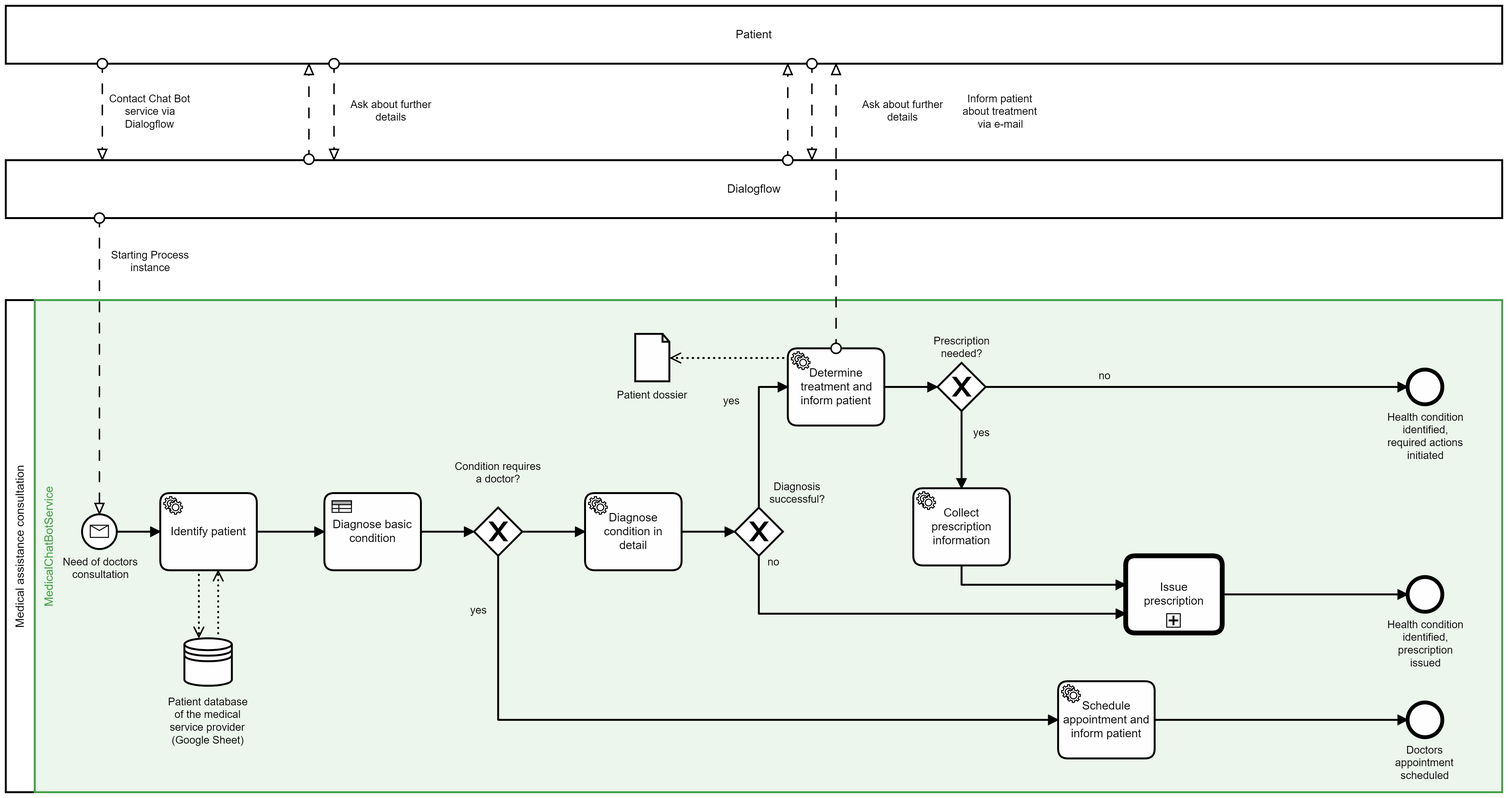
The BPMN diagram images/wiki/TO-BE_Process_first_contact.png in DigiBP/DigiBP_Burrata, before a commit. Its source is kept beside it as TO-BE Process/TO-BE_Process_first_contact.bpmn. Ids are renumbered.
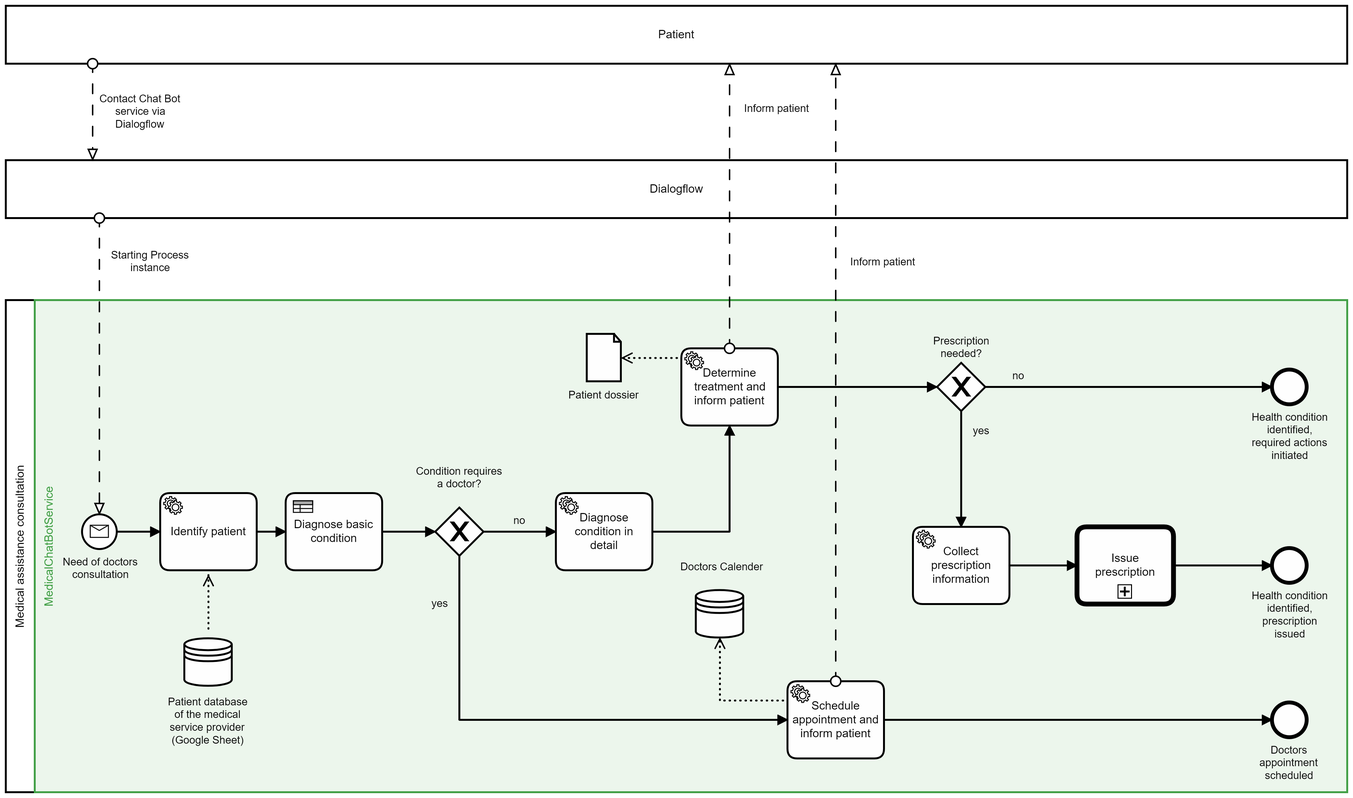
The same diagram one commit later.

Commit message:
diagram formatted + pictures updated

Change to the diagram source:
```diff
@@ -5,13 +5,13 @@
     <bpmn:participant id="Participant_n6" name="Dialogflow" />
     <bpmn:messageFlow id="MessageFlow_n7" name="Starting Process instance" sourceRef="Participant_n6" targetRef="StartEvent_n8" />
     <bpmn:messageFlow id="MessageFlow_n9" name="Contact Chat Bot service via Dialogflow" sourceRef="Participant_n5" targetRef="Participant_n6" />
-    <bpmn:messageFlow id="MessageFlow_n10" name="Inform patient" sourceRef="EndEvent_n11" targetRef="Participant_n5" />
+    <bpmn:messageFlow id="MessageFlow_n10" name="Inform patient" sourceRef="Task_n14" targetRef="Participant_n5" />
+    <bpmn:messageFlow id="MessageFlow_n48" name="Inform patient" sourceRef="ServiceTask_n24" targetRef="Participant_n5" />
   </bpmn:collaboration>
   <bpmn:process id="Process_n4" name="Medical assistance consultation" isExecutable="true">
     <bpmn:laneSet id="LaneSet_n12">
       <bpmn:lane id="Lane_n13" name="MedicalChatBotService">
         <bpmn:flowNodeRef>StartEvent_n8</bpmn:flowNodeRef>
-        <bpmn:flowNodeRef>Task_n14</bpmn:flowNodeRef>
         <bpmn:flowNodeRef>ExclusiveGateway_n15</bpmn:flowNodeRef>
         <bpmn:flowNodeRef>Task_n16</bpmn:flowNodeRef>
         <bpmn:flowNodeRef>Task_n17</bpmn:flowNodeRef>
@@ -19,10 +19,11 @@
         <bpmn:flowNodeRef>Task_n19</bpmn:flowNodeRef>
         <bpmn:flowNodeRef>ExclusiveGateway_n20</bpmn:flowNodeRef>
         <bpmn:flowNodeRef>EndEvent_n11</bpmn:flowNodeRef>
-        <bpmn:flowNodeRef>Task_n21</bpmn:flowNodeRef>
         <bpmn:flowNodeRef>EndEvent_n22</bpmn:flowNodeRef>
         <bpmn:flowNodeRef>EndEvent_n23</bpmn:flowNodeRef>
         <bpmn:flowNodeRef>ServiceTask_n24</bpmn:flowNodeRef>
+        <bpmn:flowNodeRef>Task_n14</bpmn:flowNodeRef>
+        <bpmn:flowNodeRef>Task_n21</bpmn:flowNodeRef>
       </bpmn:lane>
     </bpmn:laneSet>
     <bpmn:startEvent id="StartEvent_n8" name="Need of doctors consultation">
@@ -69,40 +70,6 @@
     </bpmn:sequenceFlow>
     <bpmn:sequenceFlow id="SequenceFlow_n35" sourceRef="Task_n18" targetRef="Task_n14" />
     <bpmn:dataStoreReference id="DataStoreReference_n36" name="Patient database of the medical service provider&#10;(Google Sheet)" />
-    <bpmn:dataObjectReference id="DataObjectReference_n37" name="Patient dossier" dataObjectRef="DataObject_n38" />
-    <bpmn:dataObject id="DataObject_n38" />
-    <bpmn:serviceTask id="Task_n14" name="Determine treatment and inform patient">
-      <bpmn:extensionElements>
-        <camunda:connector>
-          <camunda:inputOutput>
-            <camunda:inputParameter name="method">POST</camunda:inputParameter>
-            <camunda:inputParameter name="url">https://hook.integromat.com/aea6sm37i5kk43qbxl2xlwamfvydwcj8</camunda:inputParameter>
-            <camunda:inputParameter name="headers">
-              <camunda:map>
-                <camunda:entry key="Content-Type">application/json</camunda:entry>
-              </camunda:map>
-            </camunda:inputParameter>
-            <camunda:inputParameter name="payload">
-              <camunda:script scriptFormat="JavaScript">out = JSON.stringify({
-"MedicalSolution":medicalSolution,
-"InsuranceNumber":insuranceNumber,
-"Diagnosis":diagnosis
-})</camunda:script>
-            </camunda:inputParameter>
-            <camunda:outputParameter name="prescriptionNeeded">
-              <camunda:script scriptFormat="JavaScript">object=JSON.parse(response);
-prescriptionNeeded=object.PrescriptionNeeded;</camunda:script>
-            </camunda:outputParameter>
-          </camunda:inputOutput>
-          <camunda:connectorId>http-connector</camunda:connectorId>
-        </camunda:connector>
-      </bpmn:extensionElements>
-      <bpmn:incoming>SequenceFlow_n35</bpmn:incoming>
-      <bpmn:outgoing>SequenceFlow_n30</bpmn:outgoing>
-      <bpmn:dataOutputAssociation id="DataOutputAssociation_n39">
-        <bpmn:targetRef>DataObjectReference_n37</bpmn:targetRef>
-      </bpmn:dataOutputAssociation>
-    </bpmn:serviceTask>
     <bpmn:exclusiveGateway id="ExclusiveGateway_n15" name="Prescription needed?">
       <bpmn:incoming>SequenceFlow_n30</bpmn:incoming>
       <bpmn:outgoing>SequenceFlow_n31</bpmn:outgoing>
@@ -212,13 +179,6 @@
     <bpmn:endEvent id="EndEvent_n11" name="Health condition identified, required actions initiated">
       <bpmn:incoming>SequenceFlow_n31</bpmn:incoming>
     </bpmn:endEvent>
-    <bpmn:callActivity id="Task_n21" name="Issue prescription" calledElement="Process_19p6wbr">
-      <bpmn:extensionElements>
-        <camunda:in variables="all" />
-      </bpmn:extensionElements>
-      <bpmn:incoming>SequenceFlow_n28</bpmn:incoming>
-      <bpmn:outgoing>SequenceFlow_n33</bpmn:outgoing>
-    </bpmn:callActivity>
     <bpmn:endEvent id="EndEvent_n22" name="Health condition identified, prescription issued">
       <bpmn:incoming>SequenceFlow_n33</bpmn:incoming>
     </bpmn:endEvent>
@@ -253,19 +213,60 @@
         <bpmn:targetRef>DataStoreReference_n47</bpmn:targetRef>
       </bpmn:dataOutputAssociation>
     </bpmn:serviceTask>
+    <bpmn:dataObjectReference id="DataObjectReference_n37" name="Patient dossier" dataObjectRef="DataObject_n38" />
+    <bpmn:dataObject id="DataObject_n38" />
+    <bpmn:serviceTask id="Task_n14" name="Determine treatment and inform patient">
+      <bpmn:extensionElements>
+        <camunda:connector>
+          <camunda:inputOutput>
+            <camunda:inputParameter name="method">POST</camunda:inputParameter>
+            <camunda:inputParameter name="url">https://hook.integromat.com/aea6sm37i5kk43qbxl2xlwamfvydwcj8</camunda:inputParameter>
+            <camunda:inputParameter name="headers">
+              <camunda:map>
+                <camunda:entry key="Content-Type">application/json</camunda:entry>
+              </camunda:map>
+            </camunda:inputParameter>
+            <camunda:inputParameter name="payload">
+              <camunda:script scriptFormat="JavaScript">out = JSON.stringify({
+"MedicalSolution":medicalSolution,
+"InsuranceNumber":insuranceNumber,
+"Diagnosis":diagnosis
+})</camunda:script>
+            </camunda:inputParameter>
+            <camunda:outputParameter name="prescriptionNeeded">
+              <camunda:script scriptFormat="JavaScript">object=JSON.parse(response);
+prescriptionNeeded=object.PrescriptionNeeded;</camunda:script>
+            </camunda:outputParameter>
+          </camunda:inputOutput>
+          <camunda:connectorId>http-connector</camunda:connectorId>
+        </camunda:connector>
+      </bpmn:extensionElements>
+      <bpmn:incoming>SequenceFlow_n35</bpmn:incoming>
+      <bpmn:outgoing>SequenceFlow_n30</bpmn:outgoing>
+      <bpmn:dataOutputAssociation id="DataOutputAssociation_n39">
+        <bpmn:targetRef>DataObjectReference_n37</bpmn:targetRef>
+      </bpmn:dataOutputAssociation>
+    </bpmn:serviceTask>
     <bpmn:dataStoreReference id="DataStoreReference_n47" name="Doctors Calender" />
+    <bpmn:callActivity id="Task_n21" name="Issue prescription" calledElement="Process_19p6wbr">
+      <bpmn:extensionElements>
+        <camunda:in variables="all" />
+      </bpmn:extensionElements>
+      <bpmn:incoming>SequenceFlow_n28</bpmn:incoming>
+      <bpmn:outgoing>SequenceFlow_n33</bpmn:outgoing>
+    </bpmn:callActivity>
   </bpmn:process>
   <bpmn:message id="Message_n27" name="firstContact" />
   <bpmndi:BPMNDiagram id="BPMNDiagram_1">
     <bpmndi:BPMNPlane id="BPMNPlane_1" bpmnElement="Collaboration_n2">
       <bpmndi:BPMNShape id="Participant_n3_di" bpmnElement="Participant_n3" isHorizontal="true">
-        <dc:Bounds x="160" y="385" width="1550" height="510" />
+        <dc:Bounds x="160" y="385" width="1390" height="510" />
       </bpmndi:BPMNShape>
       <bpmndi:BPMNShape id="Participant_n5_di" bpmnElement="Participant_n5" isHorizontal="true">
-        <dc:Bounds x="160" y="80" width="1550" height="60" />
+        <dc:Bounds x="160" y="80" width="1390" height="60" />
       </bpmndi:BPMNShape>
       <bpmndi:BPMNShape id="Lane_n13_di" bpmnElement="Lane_n13" isHorizontal="true" bioc:stroke="rgb(67, 160, 71)" bioc:fill="rgb(200, 230, 201)">
-        <dc:Bounds x="190" y="385" width="1520" height="510" />
+        <dc:Bounds x="190" y="385" width="1360" height="510" />
       </bpmndi:BPMNShape>
       <bpmndi:BPMNShape id="DataStoreReference_n36_di" bpmnElement="DataStoreReference_n36">
         <dc:Bounds x="345" y="735" width="50" height="50" />
@@ -276,7 +277,7 @@
       <bpmndi:BPMNShape id="ExclusiveGateway_n20_di" bpmnElement="ExclusiveGateway_n20" isMarkerVisible="true">
         <dc:Bounds x="605" y="600" width="50" height="50" />
         <bpmndi:BPMNLabel>
-          <dc:Bounds x="565" y="566" width="90" height="27" />
+          <dc:Bounds x="585" y="556" width="90" height="27" />
         </bpmndi:BPMNLabel>
       </bpmndi:BPMNShape>
       <bpmndi:BPMNShape id="ExclusiveGateway_n15_di" bpmnElement="ExclusiveGateway_n15" isMarkerVisible="true">
@@ -298,7 +299,7 @@
         </bpmndi:BPMNLabel>
       </bpmndi:BPMNShape>
       <bpmndi:BPMNEdge id="SequenceFlow_n33_di" bpmnElement="SequenceFlow_n33">
-        <di:waypoint x="1350" y="660" />
+        <di:waypoint x="1370" y="660" />
         <di:waypoint x="1472" y="660" />
       </bpmndi:BPMNEdge>
       <bpmndi:BPMNEdge id="SequenceFlow_n34_di" bpmnElement="SequenceFlow_n34">
@@ -316,9 +317,9 @@
         </bpmndi:BPMNLabel>
       </bpmndi:BPMNShape>
       <bpmndi:BPMNShape id="DataObjectReference_n37_di" bpmnElement="DataObjectReference_n37">
-        <dc:Bounds x="812" y="420" width="36" height="50" />
+        <dc:Bounds x="762" y="420" width="36" height="50" />
         <bpmndi:BPMNLabel>
-          <dc:Bounds x="793" y="477" width="75" height="14" />
+          <dc:Bounds x="743" y="477" width="75" height="14" />
         </bpmndi:BPMNLabel>
       </bpmndi:BPMNShape>
       <bpmndi:BPMNEdge id="SequenceFlow_n32_di" bpmnElement="SequenceFlow_n32">
@@ -330,7 +331,7 @@
         <di:waypoint x="370" y="670" />
       </bpmndi:BPMNEdge>
       <bpmndi:BPMNShape id="CallActivity_0c72ks9_di" bpmnElement="Task_n21">
-        <dc:Bounds x="1250" y="620" width="100" height="80" />
+        <dc:Bounds x="1270" y="620" width="100" height="80" />
       </bpmndi:BPMNShape>
       <bpmndi:BPMNShape id="BusinessRuleTask_106rgch_di" bpmnElement="Task_n19">
         <dc:Bounds x="450" y="585" width="100" height="80" />
@@ -339,12 +340,12 @@
         <di:waypoint x="1175" y="475" />
         <di:waypoint x="1472" y="475" />
         <bpmndi:BPMNLabel>
-          <dc:Bounds x="1252" y="457" width="13" height="14" />
+          <dc:Bounds x="1203" y="457" width="13" height="14" />
         </bpmndi:BPMNLabel>
       </bpmndi:BPMNEdge>
       <bpmndi:BPMNEdge id="DataOutputAssociation_n39_di" bpmnElement="DataOutputAssociation_n39">
-        <di:waypoint x="970" y="445" />
-        <di:waypoint x="848" y="445" />
+        <di:waypoint x="860" y="445" />
+        <di:waypoint x="798" y="445" />
       </bpmndi:BPMNEdge>
       <bpmndi:BPMNShape id="ServiceTask_0g093er_di" bpmnElement="Task_n16">
         <dc:Bounds x="320" y="585" width="100" height="80" />
@@ -354,16 +355,15 @@
       </bpmndi:BPMNShape>
       <bpmndi:BPMNEdge id="SequenceFlow_n35_di" bpmnElement="SequenceFlow_n35">
         <di:waypoint x="830" y="625" />
-        <di:waypoint x="900" y="625" />
-        <di:waypoint x="900" y="475" />
-        <di:waypoint x="970" y="475" />
+        <di:waypoint x="910" y="625" />
+        <di:waypoint x="910" y="515" />
       </bpmndi:BPMNEdge>
       <bpmndi:BPMNEdge id="SequenceFlow_n30_di" bpmnElement="SequenceFlow_n30">
-        <di:waypoint x="1070" y="475" />
+        <di:waypoint x="960" y="475" />
         <di:waypoint x="1125" y="475" />
       </bpmndi:BPMNEdge>
       <bpmndi:BPMNShape id="ServiceTask_0jeqy4l_di" bpmnElement="Task_n14">
-        <dc:Bounds x="970" y="435" width="100" height="80" />
+        <dc:Bounds x="860" y="435" width="100" height="80" />
       </bpmndi:BPMNShape>
       <bpmndi:BPMNShape id="StartEvent_n8_di" bpmnElement="StartEvent_n8">
         <dc:Bounds x="239" y="607" width="36" height="36" />
@@ -391,19 +391,19 @@
       </bpmndi:BPMNEdge>
       <bpmndi:BPMNEdge id="SequenceFlow_n28_di" bpmnElement="SequenceFlow_n28">
         <di:waypoint x="1200" y="660" />
-        <di:waypoint x="1250" y="660" />
+        <di:waypoint x="1270" y="660" />
       </bpmndi:BPMNEdge>
       <bpmndi:BPMNShape id="ServiceTask_1v8xogy_di" bpmnElement="Task_n17">
         <dc:Bounds x="1100" y="620" width="100" height="80" />
       </bpmndi:BPMNShape>
       <bpmndi:BPMNShape id="Participant_0i5lxwd_di" bpmnElement="Participant_n6" isHorizontal="true">
-        <dc:Bounds x="160" y="240" width="1550" height="60" />
+        <dc:Bounds x="160" y="240" width="1380" height="60" />
       </bpmndi:BPMNShape>
       <bpmndi:BPMNEdge id="MessageFlow_n9_di" bpmnElement="MessageFlow_n9">
-        <di:waypoint x="260" y="140" />
-        <di:waypoint x="260" y="240" />
+        <di:waypoint x="250" y="140" />
+        <di:waypoint x="250" y="240" />
         <bpmndi:BPMNLabel>
-          <dc:Bounds x="267" y="170" width="85" height="40" />
+          <dc:Bounds x="257" y="170" width="85" height="40" />
         </bpmndi:BPMNLabel>
       </bpmndi:BPMNEdge>
       <bpmndi:BPMNShape id="ServiceTask_n24_di" bpmnElement="ServiceTask_n24">
@@ -425,20 +425,28 @@
         </bpmndi:BPMNLabel>
       </bpmndi:BPMNEdge>
       <bpmndi:BPMNShape id="DataStoreReference_n47_di" bpmnElement="DataStoreReference_n47">
-        <dc:Bounds x="995" y="685" width="50" height="50" />
+        <dc:Bounds x="875" y="685" width="50" height="50" />
         <bpmndi:BPMNLabel>
-          <dc:Bounds x="979" y="655" width="87" height="14" />
+          <dc:Bounds x="859" y="655" width="87" height="14" />
         </bpmndi:BPMNLabel>
       </bpmndi:BPMNShape>
       <bpmndi:BPMNEdge id="DataOutputAssociation_n46_di" bpmnElement="DataOutputAssociation_n46">
-        <di:waypoint x="1020" y="780" />
-        <di:waypoint x="1020" y="735" />
+        <di:waypoint x="970" y="800" />
+        <di:waypoint x="900" y="800" />
+        <di:waypoint x="900" y="735" />
       </bpmndi:BPMNEdge>
       <bpmndi:BPMNEdge id="MessageFlow_n10_di" bpmnElement="MessageFlow_n10">
-        <di:waypoint x="1490" y="457" />
-        <di:waypoint x="1490" y="140" />
+        <di:waypoint x="910" y="435" />
+        <di:waypoint x="910" y="140" />
         <bpmndi:BPMNLabel>
-          <dc:Bounds x="1505" y="183" width="69" height="14" />
+          <dc:Bounds x="925" y="180" width="69" height="14" />
+        </bpmndi:BPMNLabel>
+      </bpmndi:BPMNEdge>
+      <bpmndi:BPMNEdge id="MessageFlow_n48_di" bpmnElement="MessageFlow_n48">
+        <di:waypoint x="1020" y="780" />
+        <di:waypoint x="1020" y="140" />
+        <bpmndi:BPMNLabel>
+          <dc:Bounds x="1035" y="339" width="69" height="14" />
         </bpmndi:BPMNLabel>
       </bpmndi:BPMNEdge>
     </bpmndi:BPMNPlane>
```
